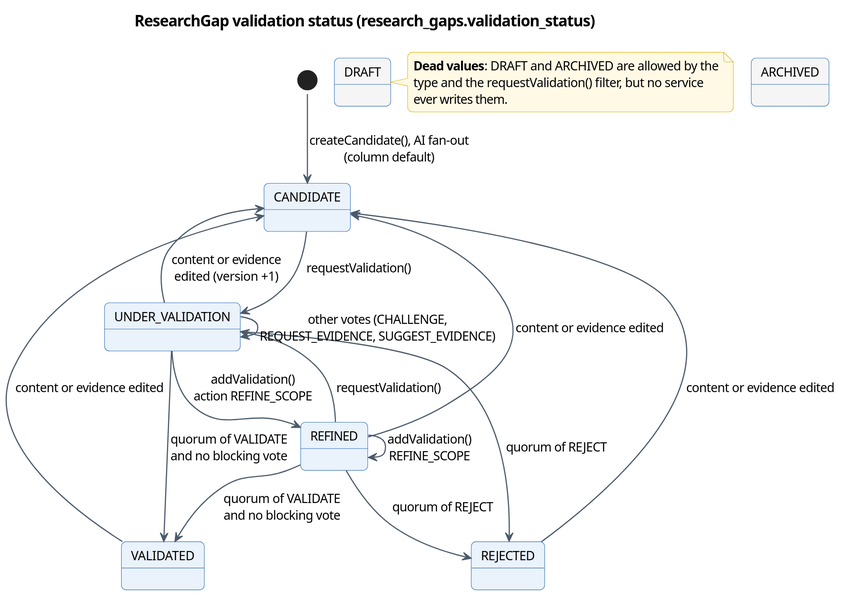
Khoa-Hoa-Technology-Solution-Company/lumi-gap keeps this PlantUML diagram as docs/diagrams/report4/R4_State_ResearchGapValidation.svg. Above is the earlier version. Source of this version:
```plantuml
@startuml
!pragma layout smetana
skinparam dpi 150
skinparam defaultFontName "Segoe UI"
skinparam defaultFontSize 13
skinparam shadowing false
skinparam roundCorner 10
skinparam ArrowColor #4A5A6A
skinparam ArrowThickness 1.2
skinparam BorderColor #2F6DB5
skinparam BackgroundColor #FFFFFF
skinparam TitleFontSize 16
skinparam TitleFontStyle bold
skinparam usecase {
  BackgroundColor #EAF2FB
  BorderColor #2F6DB5
}
skinparam actor {
  BackgroundColor #FFFFFF
  BorderColor #1B2A3A
}
skinparam class {
  BackgroundColor #F7FAFD
  BorderColor #2F6DB5
  HeaderBackgroundColor #DCE8F6
}
skinparam state {
  BackgroundColor #EAF2FB
  BorderColor #2F6DB5
}
skinparam activity {
  BackgroundColor #EAF2FB
  BorderColor #2F6DB5
  DiamondBackgroundColor #FFF4E5
}
skinparam swimlane {
  BorderColor #9DB3CC
  TitleBackgroundColor #DCE8F6
}
skinparam sequence {
  ParticipantBackgroundColor #EAF2FB
  ParticipantBorderColor #2F6DB5
  LifeLineBorderColor #9DB3CC
  GroupBackgroundColor #F4F7FA
}
skinparam package {
  BackgroundColor #F7F9FC
  BorderColor #9DB3CC
}
skinparam note {
  BackgroundColor #FFF9E5
  BorderColor #E0B200
}
skinparam entity {
  BackgroundColor #F7FAFD
  BorderColor #2F6DB5
}
skinparam rectangle {
  BackgroundColor #F7F9FC
  BorderColor #2F6DB5
}
title ResearchGap validation status (research_gaps.validation_status)
[*] --> CANDIDATE : createCandidate(), AI fan-out\n(column default)
CANDIDATE --> UNDER_VALIDATION : requestValidation()
REFINED --> UNDER_VALIDATION : requestValidation()
UNDER_VALIDATION --> REFINED : addValidation()\naction REFINE_SCOPE
REFINED --> REFINED : addValidation()\nREFINE_SCOPE
UNDER_VALIDATION --> VALIDATED : quorum of VALIDATE\nand no blocking vote
UNDER_VALIDATION --> REJECTED : quorum of REJECT
REFINED --> VALIDATED : quorum of VALIDATE\nand no blocking vote
REFINED --> REJECTED : quorum of REJECT
UNDER_VALIDATION --> UNDER_VALIDATION : other votes (CHALLENGE,\nREQUEST_EVIDENCE, SUGGEST_EVIDENCE)
UNDER_VALIDATION --> CANDIDATE : content or evidence\nedited (version +1)
REFINED --> CANDIDATE : content or evidence edited
VALIDATED --> CANDIDATE : content or evidence edited
REJECTED --> CANDIDATE : content or evidence edited
state DRAFT #F5F5F5
state ARCHIVED #F5F5F5
note right of DRAFT
  <b>Dead values</b>: DRAFT and ARCHIVED are allowed by the
  type and the requestValidation() filter, but no service
  ever writes them.
end note
@enduml
```
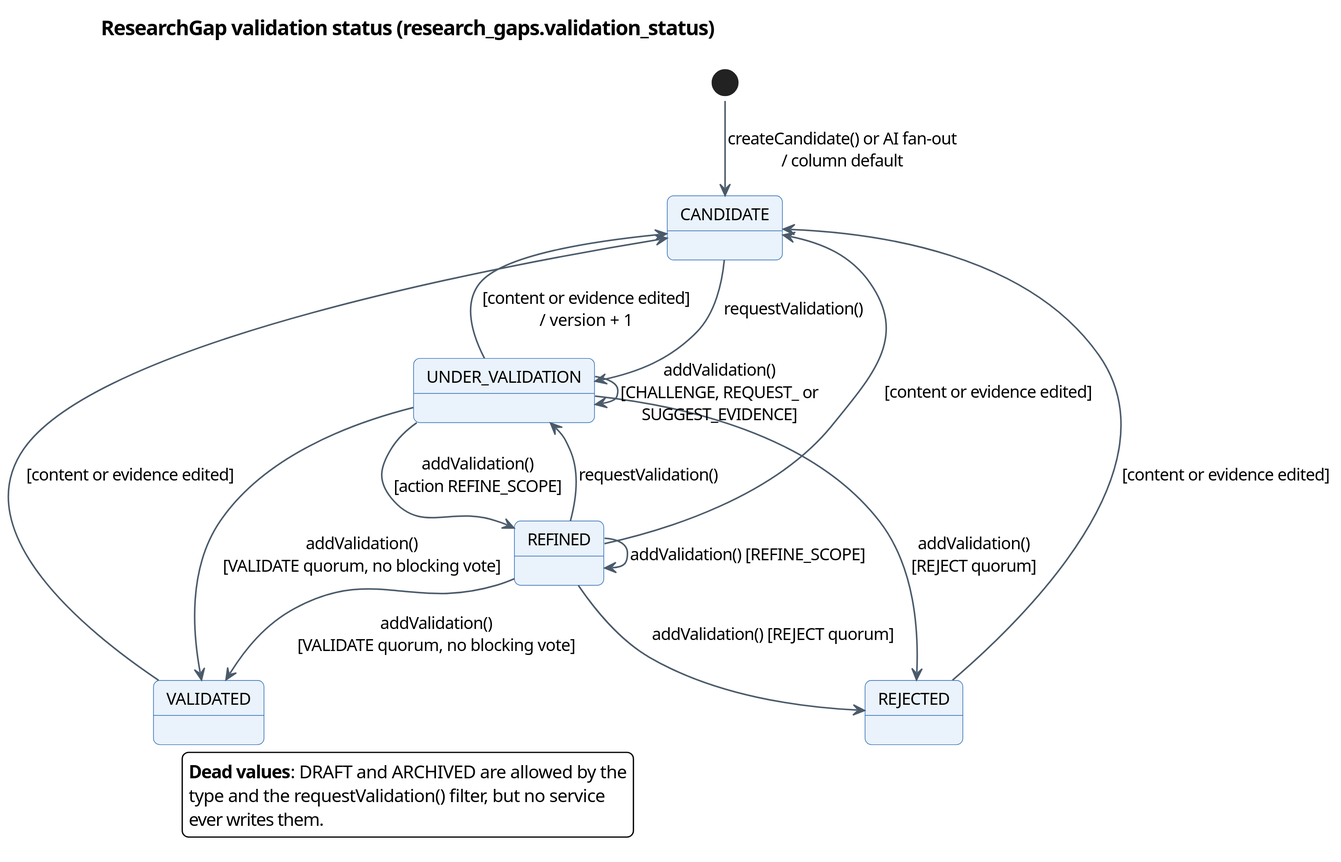
Later version of the same file.

Change to the diagram source:
```diff
@@ -1,6 +1,6 @@
 @startuml
 !pragma layout smetana
-skinparam dpi 150
+skinparam dpi 200
 skinparam defaultFontName "Segoe UI"
 skinparam defaultFontSize 13
 skinparam shadowing false
@@ -60,25 +60,23 @@
   BorderColor #2F6DB5
 }
 title ResearchGap validation status (research_gaps.validation_status)
-[*] --> CANDIDATE : createCandidate(), AI fan-out\n(column default)
+[*] --> CANDIDATE : createCandidate() or AI fan-out\n/ column default
 CANDIDATE --> UNDER_VALIDATION : requestValidation()
 REFINED --> UNDER_VALIDATION : requestValidation()
-UNDER_VALIDATION --> REFINED : addValidation()\naction REFINE_SCOPE
-REFINED --> REFINED : addValidation()\nREFINE_SCOPE
-UNDER_VALIDATION --> VALIDATED : quorum of VALIDATE\nand no blocking vote
-UNDER_VALIDATION --> REJECTED : quorum of REJECT
-REFINED --> VALIDATED : quorum of VALIDATE\nand no blocking vote
-REFINED --> REJECTED : quorum of REJECT
-UNDER_VALIDATION --> UNDER_VALIDATION : other votes (CHALLENGE,\nREQUEST_EVIDENCE, SUGGEST_EVIDENCE)
-UNDER_VALIDATION --> CANDIDATE : content or evidence\nedited (version +1)
-REFINED --> CANDIDATE : content or evidence edited
-VALIDATED --> CANDIDATE : content or evidence edited
-REJECTED --> CANDIDATE : content or evidence edited
-state DRAFT #F5F5F5
-state ARCHIVED #F5F5F5
-note right of DRAFT
+UNDER_VALIDATION --> REFINED : addValidation()\n[action REFINE_SCOPE]
+REFINED --> REFINED : addValidation() [REFINE_SCOPE]
+UNDER_VALIDATION --> VALIDATED : addValidation()\n[VALIDATE quorum, no blocking vote]
+UNDER_VALIDATION --> REJECTED : addValidation()\n[REJECT quorum]
+REFINED --> VALIDATED : addValidation()\n[VALIDATE quorum, no blocking vote]
+REFINED --> REJECTED : addValidation() [REJECT quorum]
+UNDER_VALIDATION --> UNDER_VALIDATION : addValidation()\n[CHALLENGE, REQUEST_ or\nSUGGEST_EVIDENCE]
+UNDER_VALIDATION --> CANDIDATE : [content or evidence edited]\n/ version + 1
+REFINED --> CANDIDATE : [content or evidence edited]
+VALIDATED --> CANDIDATE : [content or evidence edited]
+REJECTED --> CANDIDATE : [content or evidence edited]
+legend bottom
   <b>Dead values</b>: DRAFT and ARCHIVED are allowed by the
   type and the requestValidation() filter, but no service
   ever writes them.
-end note
+endlegend
 @enduml
```
